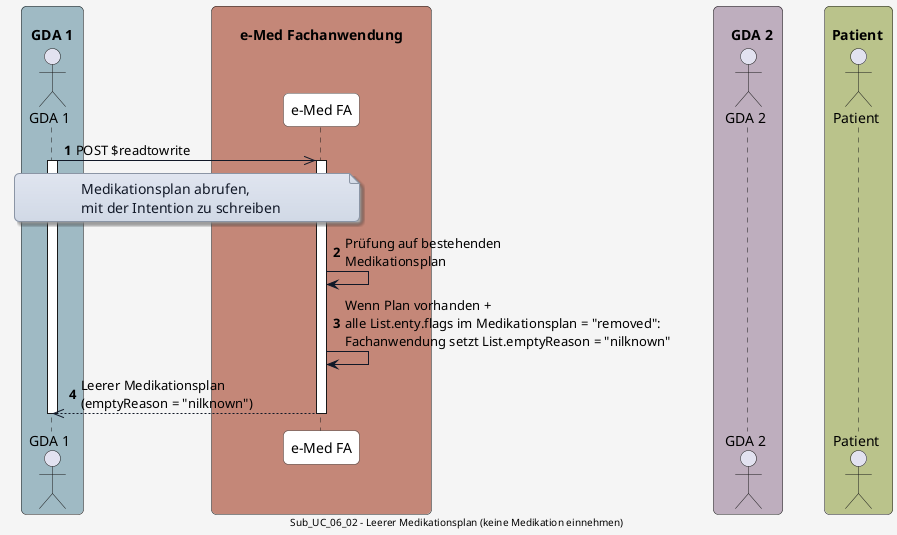
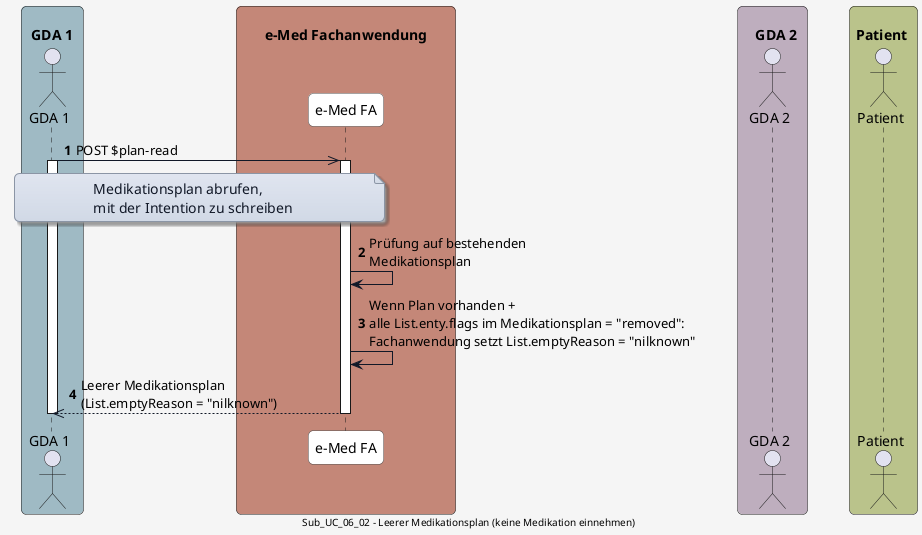
@startuml
skinparam borderColor #000000
skinparam backgroundColor #f5f5f5
skinparam shadowing false
skinparam roundCorner 10
skinparam defaultFontName "Arial"
skinparam defaultFontSize 14
skinparam defaultFontColor #000000

skinparam note {
  BackgroundColor #e0e5f0-#d1d9e6
  BorderColor #8b95a5
  BorderThickness 1
  RoundCorner 8
  Padding 6
  FontColor #111827
  Shadowing true
}

skinparam HyperlinkColor #0000EE
skinparam HyperlinkUnderline false

skinparam sequence {
  ParticipantBorderColor #555555
  ParticipantBackgroundColor #ffffff
  ParticipantFontColor #000000
  ParticipantFontSize 14
  ParticipantPadding 20
  ArrowColor #111827
  ArrowThickness 1
  ArrowFontColor #000000
  ArrowFontSize 13
  GroupBorderColor #111827
  GroupBackgroundColor #eef2ff
  GroupBorderThickness 2
}

skinparam BoxPadding 20
skinparam BoxBorderColor #555555

box "\n  GDA 1  " #9fbac4
  actor GDA_1 as "GDA 1"
end box

box "\n       e-Med Fachanwendung       " #C48778
  participant eMed_FA as "e-Med FA"
end box

box "\n    GDA 2  " #beaebe
  actor GDA_2 as "GDA 2"
end box

box "\n Patient  " #bac38b
  actor Patient as "Patient"
end box


autonumber

- GDA_1 ->> eMed_FA: POST $readtowrite
+ GDA_1 ->> eMed_FA: POST $plan-read
activate GDA_1

note over GDA_1, eMed_FA
Medikationsplan abrufen,
mit der Intention zu schreiben
end note

activate eMed_FA
eMed_FA -> eMed_FA: Prüfung auf bestehenden\nMedikationsplan

eMed_FA -> eMed_FA: Wenn Plan vorhanden +\nalle List.enty.flags im Medikationsplan = "removed":\nFachanwendung setzt List.emptyReason = "nilknown"

- eMed_FA -->> GDA_1: Leerer Medikationsplan\n(emptyReason = "nilknown")
+ eMed_FA -->> GDA_1: Leerer Medikationsplan\n(List.emptyReason = "nilknown")

deactivate eMed_FA
deactivate GDA_1

center footer Sub_UC_06_02 - Leerer Medikationsplan (keine Medikation einnehmen)

@enduml